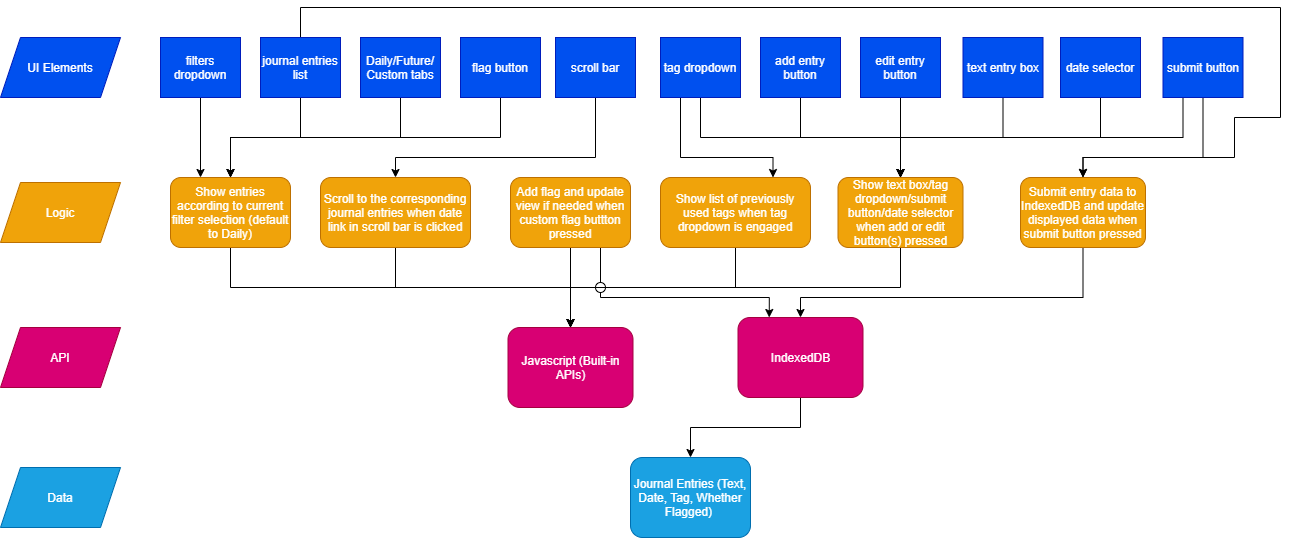
cse110-sp21-group5/cse110-sp21-group5 keeps this draw.io diagram as specs/pitch/c4diagram.drawio.png. Above is the earlier version. Source tidied: cells renumbered, new cells last; positions are measured from the earlier drawing's top-left corner, leaving out a move shared by most shapes.
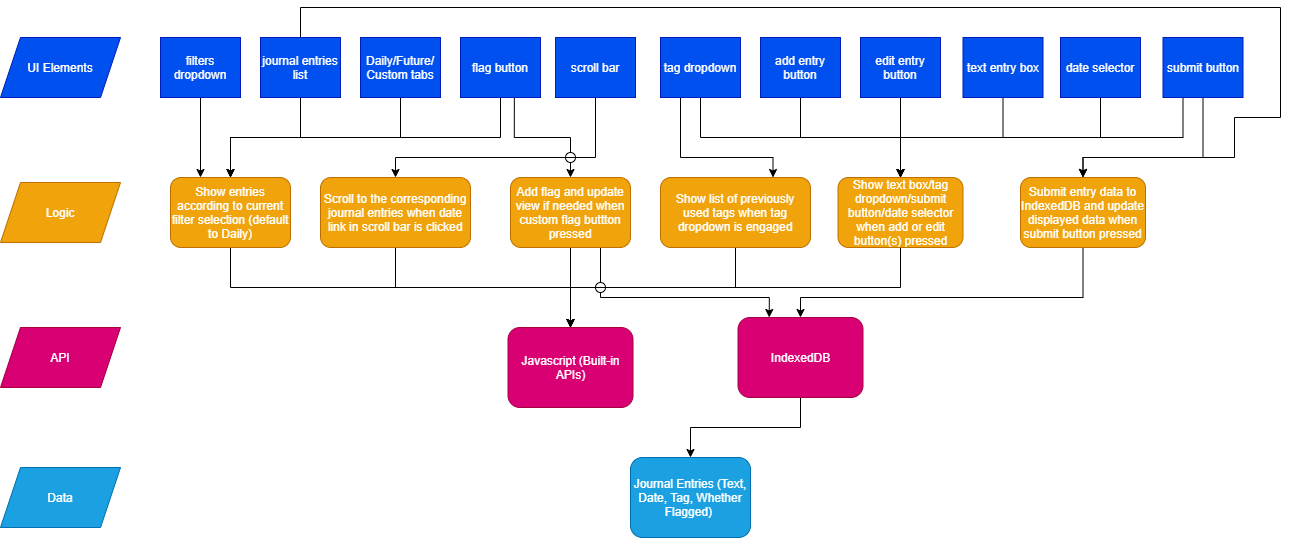
The same diagram one commit later.

Diff of the diagram source:
```diff
@@ -2,6 +2,14 @@
   <root>
     <mxCell id="0" />
     <mxCell id="1" parent="0" />
+    <mxCell id="50" style="edgeStyle=orthogonalEdgeStyle;rounded=0;jettySize=auto;html=1;entryX=0.5;entryY=0;entryDx=0;entryDy=0;exitX=0.673;exitY=0.99;exitDx=0;exitDy=0;exitPerimeter=0;" parent="1" edge="1" source="17" target="47">
+      <mxGeometry relative="1" as="geometry">
+        <Array as="points">
+          <mxPoint x="514" y="130" />
+          <mxPoint x="570" y="130" />
+        </Array>
+      </mxGeometry>
+    </mxCell>
     <mxCell id="2" style="edgeStyle=orthogonalEdgeStyle;rounded=0;jettySize=auto;html=1;exitX=0.5;exitY=1;exitDx=0;exitDy=0;" parent="1" edge="1" source="3" target="32">
       <mxGeometry relative="1" as="geometry">
         <Array as="points">
@@ -238,5 +246,14 @@
         <mxPoint x="605" y="280" as="targetPoint" />
       </mxGeometry>
     </mxCell>
+    <mxCell id="51" style="ellipse;whiteSpace=wrap;html=1;" parent="1" vertex="1">
+      <mxGeometry x="565" y="145" width="10" height="10" as="geometry" />
+    </mxCell>
+    <mxCell id="52" style="endArrow=none;html=1;" parent="1" edge="1">
+      <mxGeometry relative="1" as="geometry">
+        <mxPoint x="565" y="150" as="sourcePoint" />
+        <mxPoint x="575" y="150" as="targetPoint" />
+      </mxGeometry>
+    </mxCell>
   </root>
 </mxGraphModel>
```
